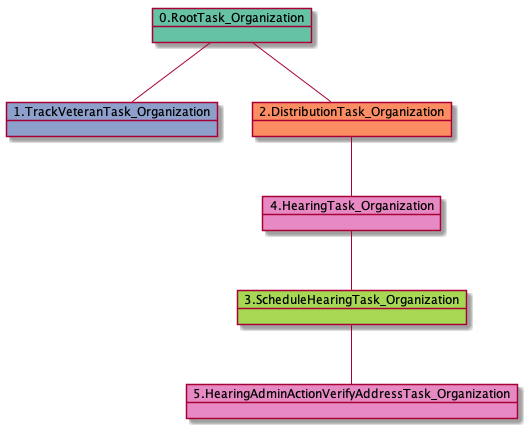
Before: docs-H/uml/RTO.TVTO.DTO.SHTO.HTO.HAAVATO-42837.png, a diagram exported from PlantUML (yoomlam/graphing).
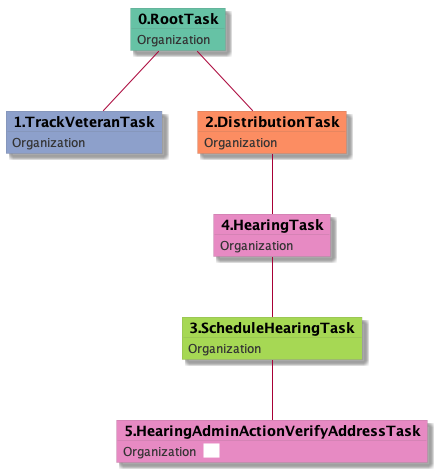
Later version of the same file.

Change to the diagram source:
```diff
@@ -1,13 +1,33 @@
 @startuml
-object 0.RootTask_Organization #66c2a5
-object 1.TrackVeteranTask_Organization #8da0cb
-object 2.DistributionTask_Organization #fc8d62
-object 3.ScheduleHearingTask_Organization #a6d854
-object 4.HearingTask_Organization #e78ac3
-object 5.HearingAdminActionVerifyAddressTask_Organization #e78ac3
-0.RootTask_Organization -- 1.TrackVeteranTask_Organization
-0.RootTask_Organization -- 2.DistributionTask_Organization
-4.HearingTask_Organization -- 3.ScheduleHearingTask_Organization
-2.DistributionTask_Organization -- 4.HearingTask_Organization
-3.ScheduleHearingTask_Organization -- 5.HearingAdminActionVerifyAddressTask_Organization
+skinparam {
+  ObjectBorderColor #555
+  ObjectBorderThickness 0
+  ObjectFontStyle bold
+  ObjectFontSize 14
+  ObjectAttributeFontColor #333
+  ObjectAttributeFontSize 12
+}
+  object 0.RootTask #66c2a5 {
+Organization
+}
+  object 1.TrackVeteranTask #8da0cb {
+Organization
+}
+  object 2.DistributionTask #fc8d62 {
+Organization
+}
+  object 3.ScheduleHearingTask #a6d854 {
+Organization
+}
+  object 4.HearingTask #e78ac3 {
+Organization
+}
+  object 5.HearingAdminActionVerifyAddressTask #e78ac3 {
+Organization  <back:white>    </back>
+}
+0.RootTask -- 1.TrackVeteranTask
+0.RootTask -- 2.DistributionTask
+4.HearingTask -- 3.ScheduleHearingTask
+2.DistributionTask -- 4.HearingTask
+3.ScheduleHearingTask -- 5.HearingAdminActionVerifyAddressTask
 @enduml
```
